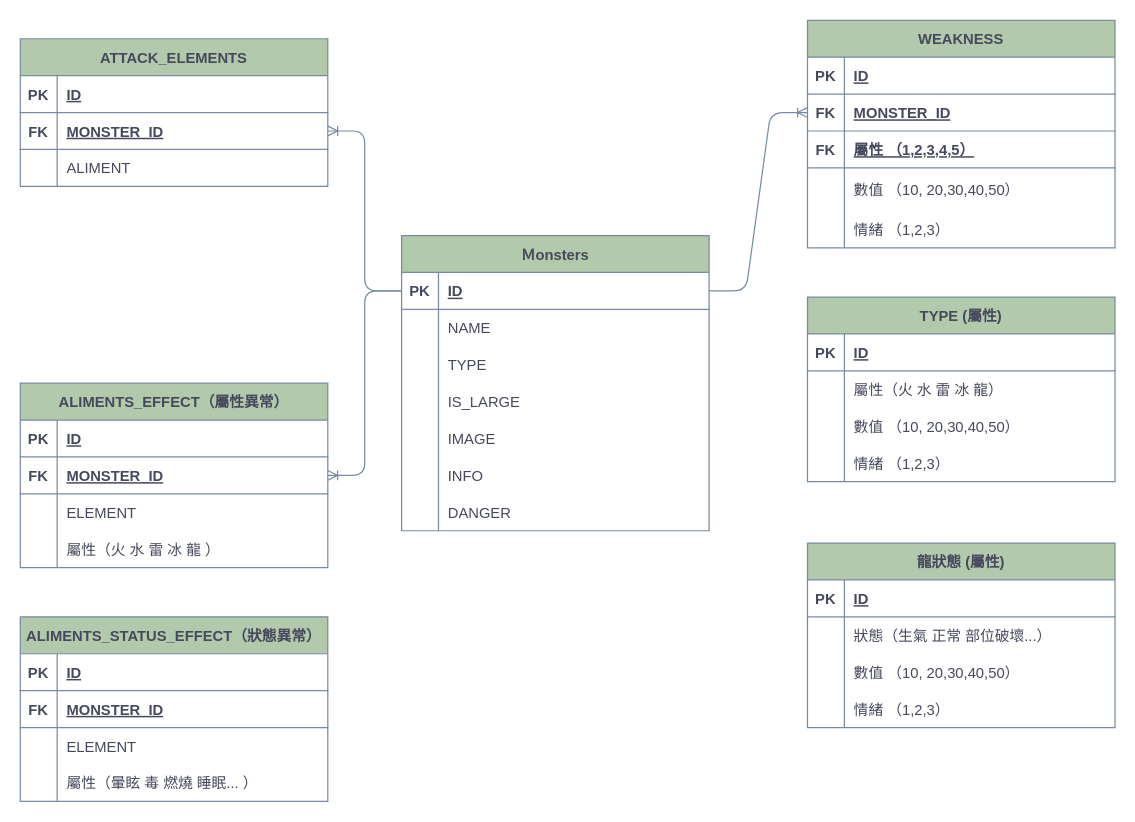
The draw.io diagram monster.drawio in rexchang94/Monster-Hunter, before the edit. Source tidied: cells renumbered, new cells numbered last; positions are measured from the earlier drawing's top-left corner, leaving out a move shared by most shapes. Both pictures are drawn from the tidied source at 123%, with x=0, y=0 at pixel (20, 20).
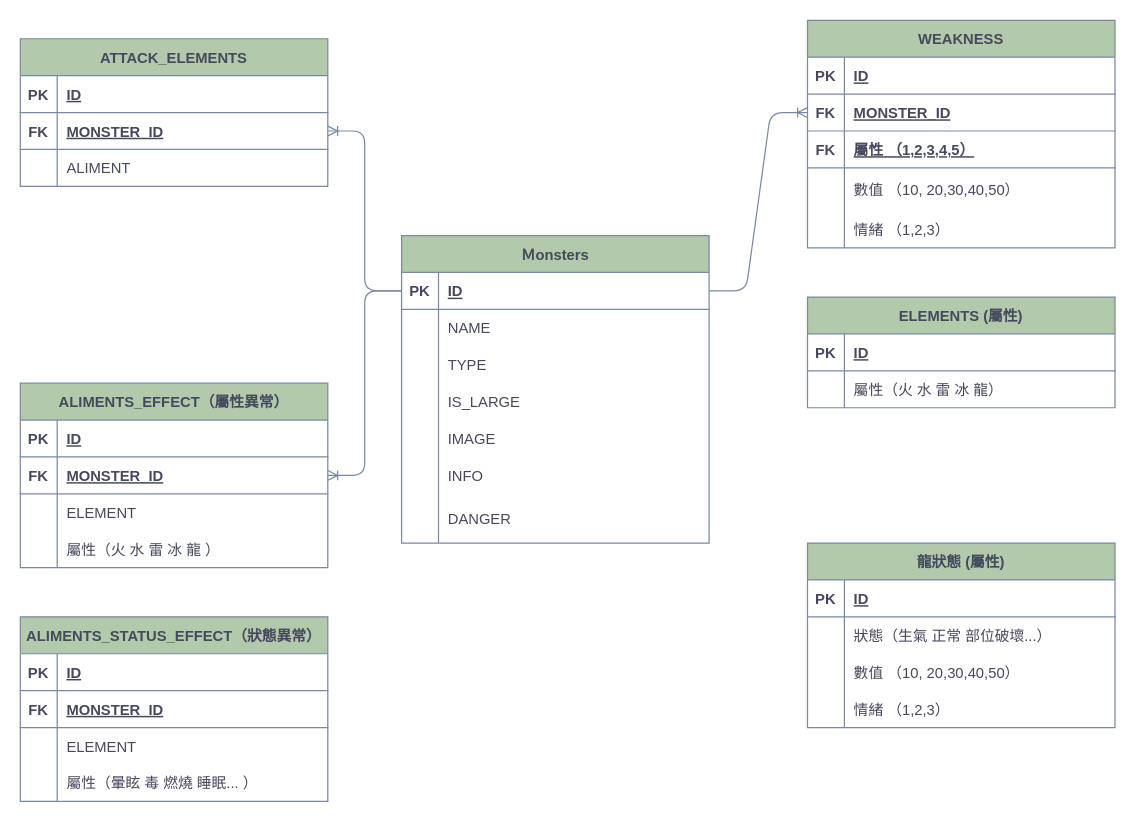
The same diagram, later.

What changed in the source:
```diff
@@
     <mxCell id="2" value="Ｍonsters" style="shape=table;startSize=30;childLayout=tableLayout;rowLines=0;fontStyle=1;align=center;fillColor=#B2C9AB;strokeColor=#788AA3;fontColor=#46495D;" parent="1" vertex="1">
-      <mxGeometry x="310" y="175" width="250" height="240" as="geometry" />
+      <mxGeometry x="310" y="175" width="250" height="250" as="geometry" />
     </mxCell>
@@
     <mxCell id="21" style="shape=partialRectangle;fillColor=none;top=0;left=0;right=0;bottom=0;strokeColor=#788AA3;fontColor=#46495D;" parent="2" vertex="1">
-      <mxGeometry y="210" width="250" height="30" as="geometry" />
+      <mxGeometry y="210" width="250" height="40" as="geometry" />
     </mxCell>
     <mxCell id="22" style="shape=partialRectangle;overflow=hidden;fillColor=none;top=0;left=0;bottom=0;right=0;strokeColor=#788AA3;fontColor=#46495D;" parent="21" vertex="1">
-      <mxGeometry width="30" height="30" as="geometry" />
+      <mxGeometry width="30" height="40" as="geometry" />
     </mxCell>
     <mxCell id="23" value="DANGER" style="shape=partialRectangle;overflow=hidden;fillColor=none;top=0;left=0;bottom=0;right=0;align=left;spacingLeft=6;strokeColor=#788AA3;fontColor=#46495D;" parent="21" vertex="1">
-      <mxGeometry x="30" width="220" height="30" as="geometry" />
+      <mxGeometry x="30" width="220" height="40" as="geometry" />
     </mxCell>
@@
-    <mxCell id="79" value="TYPE (屬性)" style="shape=table;startSize=30;childLayout=tableLayout;rowLines=0;fontStyle=1;align=center;fillColor=#B2C9AB;strokeColor=#788AA3;fontColor=#46495D;" parent="1" vertex="1">
-      <mxGeometry x="640" y="225" width="250" height="150" as="geometry" />
+    <mxCell id="79" value="ELEMENTS (屬性)" style="shape=table;startSize=30;childLayout=tableLayout;rowLines=0;fontStyle=1;align=center;fillColor=#B2C9AB;strokeColor=#788AA3;fontColor=#46495D;" parent="1" vertex="1">
+      <mxGeometry x="640" y="225" width="250" height="90" as="geometry" />
     </mxCell>
@@
-    <mxCell id="86" style="shape=partialRectangle;fillColor=none;top=0;left=0;right=0;bottom=0;strokeColor=#788AA3;fontColor=#46495D;" parent="79" vertex="1">
-      <mxGeometry y="90" width="250" height="30" as="geometry" />
-    </mxCell>
-    <mxCell id="87" style="shape=partialRectangle;overflow=hidden;fillColor=none;top=0;left=0;bottom=0;right=0;strokeColor=#788AA3;fontColor=#46495D;" parent="86" vertex="1">
-      <mxGeometry width="30" height="30" as="geometry" />
-    </mxCell>
-    <mxCell id="88" value="數值 （10, 20,30,40,50）" style="shape=partialRectangle;overflow=hidden;fillColor=none;top=0;left=0;bottom=0;right=0;align=left;spacingLeft=6;strokeColor=#788AA3;fontColor=#46495D;" parent="86" vertex="1">
-      <mxGeometry x="30" width="220" height="30" as="geometry" />
-    </mxCell>
-    <mxCell id="89" style="shape=partialRectangle;fillColor=none;top=0;left=0;right=0;bottom=0;strokeColor=#788AA3;fontColor=#46495D;" parent="79" vertex="1">
-      <mxGeometry y="120" width="250" height="30" as="geometry" />
-    </mxCell>
-    <mxCell id="90" style="shape=partialRectangle;overflow=hidden;fillColor=none;top=0;left=0;bottom=0;right=0;strokeColor=#788AA3;fontColor=#46495D;" parent="89" vertex="1">
-      <mxGeometry width="30" height="30" as="geometry" />
-    </mxCell>
-    <mxCell id="91" value="情緒 （1,2,3）" style="shape=partialRectangle;overflow=hidden;fillColor=none;top=0;left=0;bottom=0;right=0;align=left;spacingLeft=6;strokeColor=#788AA3;fontColor=#46495D;" parent="89" vertex="1">
-      <mxGeometry x="30" width="220" height="30" as="geometry" />
-    </mxCell>
```
